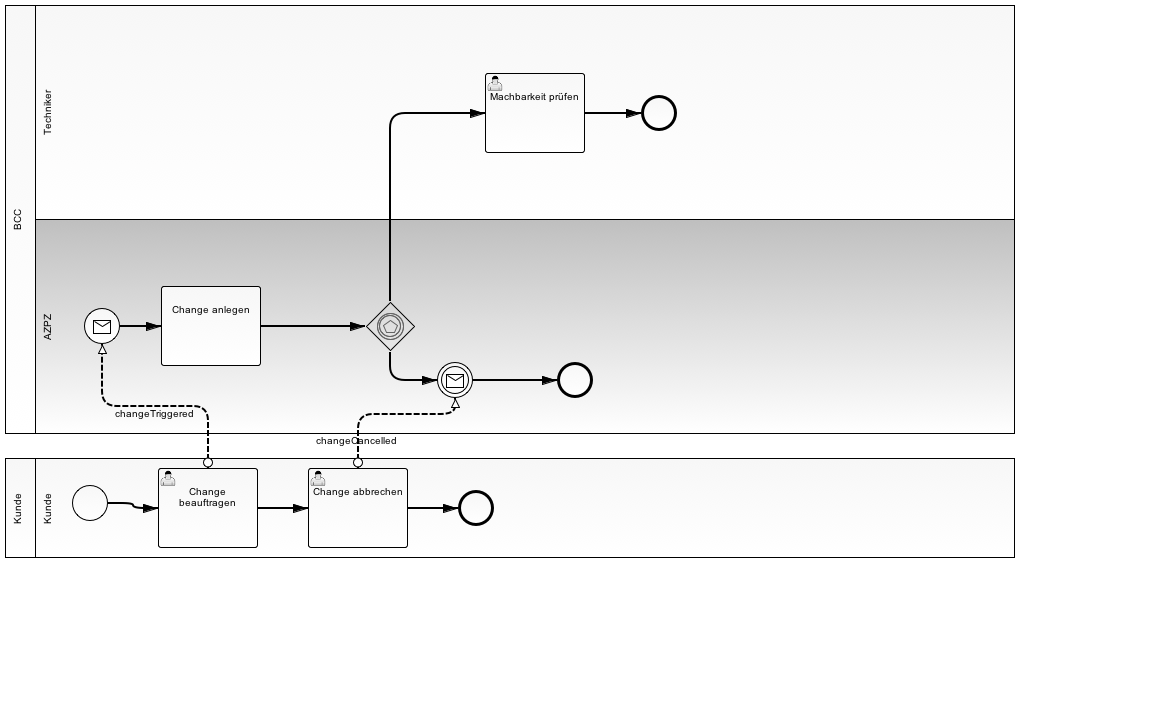
gheddie/bpmn20_examples keeps this BPMN diagram as change-process/src/main/resources/ChangeProcess.png. Above is the earlier version. Its source is kept beside it as change-process/src/main/resources/ChangeProcess.bpmn. Ids are renumbered.
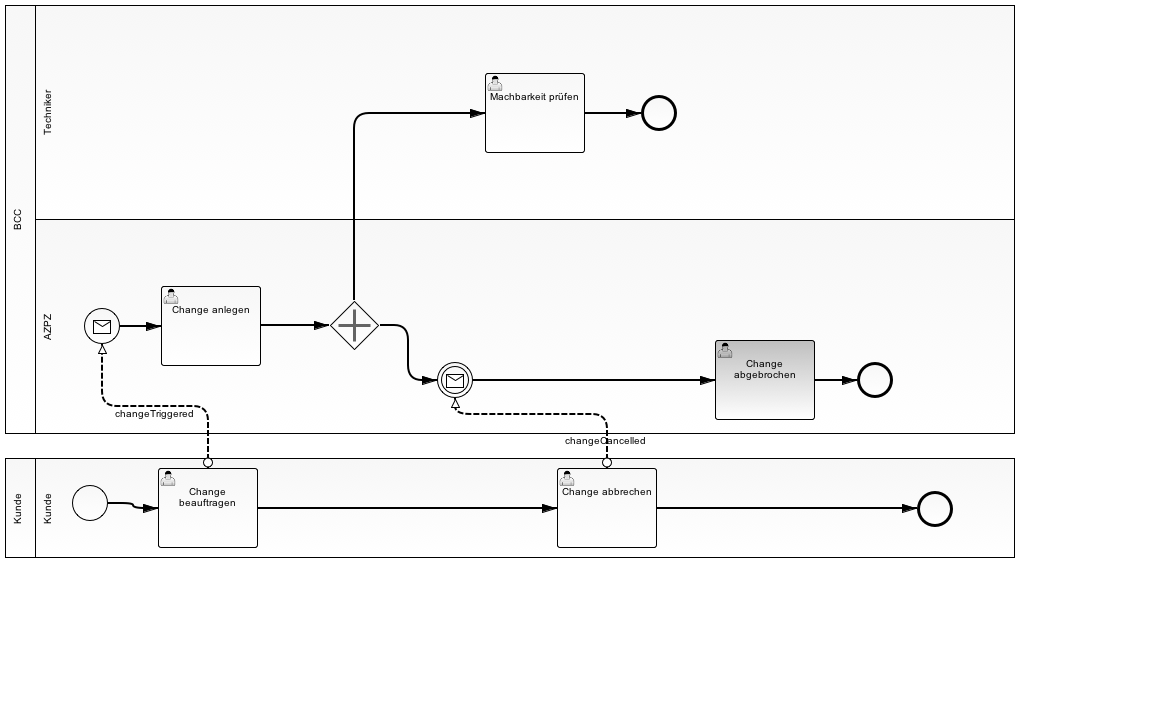
After the change.

Change to the diagram source:
```diff
@@ -1,4 +1,4 @@
-<bpmn2:definitions xmlns:xsi="http://www.w3.org/2001/XMLSchema-instance" xmlns:bpmn2="http://www.omg.org/spec/BPMN/20100524/MODEL" xmlns:bpmndi="http://www.omg.org/spec/BPMN/20100524/DI" xmlns:dc="http://www.omg.org/spec/DD/20100524/DC" xmlns:di="http://www.omg.org/spec/DD/20100524/DI" xsi:schemaLocation="http://www.omg.org/spec/BPMN/20100524/MODEL BPMN20.xsd" id="_So1zEHVZEeOqS5fwk-ZFLQ" targetNamespace="http://activiti.org/bpmn">
+<bpmn2:definitions xmlns:xsi="http://www.w3.org/2001/XMLSchema-instance" xmlns:bpmn2="http://www.omg.org/spec/BPMN/20100524/MODEL" xmlns:bpmndi="http://www.omg.org/spec/BPMN/20100524/DI" xmlns:camunda="http://activiti.org/bpmn" xmlns:dc="http://www.omg.org/spec/DD/20100524/DC" xmlns:di="http://www.omg.org/spec/DD/20100524/DI" xsi:schemaLocation="http://www.omg.org/spec/BPMN/20100524/MODEL BPMN20.xsd" id="_So1zEHVZEeOqS5fwk-ZFLQ" targetNamespace="http://activiti.org/bpmn">
   <bpmn2:collaboration id="_Collaboration_3">
     <bpmn2:participant id="_Participant_3" name="BCC" processRef="changeFirmProcess"/>
     <bpmn2:participant id="Participant_1" name="Kunde" processRef="changeCustomerProcess"/>
@@ -13,10 +13,11 @@
       </bpmn2:lane>
       <bpmn2:lane id="Lane_3" name="AZPZ">
         <bpmn2:flowNodeRef>StartEvent_2</bpmn2:flowNodeRef>
-        <bpmn2:flowNodeRef>EndEvent_2</bpmn2:flowNodeRef>
         <bpmn2:flowNodeRef>IntermediateCatchEvent_1</bpmn2:flowNodeRef>
-        <bpmn2:flowNodeRef>EventBasedGateway_1</bpmn2:flowNodeRef>
         <bpmn2:flowNodeRef>Task_1</bpmn2:flowNodeRef>
+        <bpmn2:flowNodeRef>ParallelGateway_1</bpmn2:flowNodeRef>
+        <bpmn2:flowNodeRef>UserTask_4</bpmn2:flowNodeRef>
+        <bpmn2:flowNodeRef>EndEvent_4</bpmn2:flowNodeRef>
       </bpmn2:lane>
     </bpmn2:laneSet>
     <bpmn2:startEvent id="StartEvent_2">
@@ -27,32 +28,37 @@
     <bpmn2:endEvent id="EndEvent_3">
       <bpmn2:incoming>SequenceFlow_8</bpmn2:incoming>
     </bpmn2:endEvent>
-    <bpmn2:userTask id="UserTask_3" name="Machbarkeit prüfen">
-      <bpmn2:incoming>SequenceFlow_6</bpmn2:incoming>
+    <bpmn2:userTask id="UserTask_3" camunda:candidateGroups="technicalSupport" name="Machbarkeit prüfen">
+      <bpmn2:incoming>SequenceFlow_10</bpmn2:incoming>
       <bpmn2:outgoing>SequenceFlow_8</bpmn2:outgoing>
     </bpmn2:userTask>
     <bpmn2:sequenceFlow id="SequenceFlow_8" name="" sourceRef="UserTask_3" targetRef="EndEvent_3"/>
-    <bpmn2:endEvent id="EndEvent_2">
-      <bpmn2:incoming>SequenceFlow_7</bpmn2:incoming>
-    </bpmn2:endEvent>
     <bpmn2:intermediateCatchEvent id="IntermediateCatchEvent_1">
-      <bpmn2:incoming>SequenceFlow_3</bpmn2:incoming>
-      <bpmn2:outgoing>SequenceFlow_7</bpmn2:outgoing>
+      <bpmn2:incoming>SequenceFlow_11</bpmn2:incoming>
+      <bpmn2:outgoing>SequenceFlow_16</bpmn2:outgoing>
       <bpmn2:messageEventDefinition id="_MessageEventDefinition_3" messageRef="changeCancelled_id"/>
     </bpmn2:intermediateCatchEvent>
-    <bpmn2:sequenceFlow id="SequenceFlow_7" name="" sourceRef="IntermediateCatchEvent_1" targetRef="EndEvent_2"/>
-    <bpmn2:eventBasedGateway id="EventBasedGateway_1">
-      <bpmn2:incoming>SequenceFlow_9</bpmn2:incoming>
-      <bpmn2:outgoing>SequenceFlow_3</bpmn2:outgoing>
-      <bpmn2:outgoing>SequenceFlow_6</bpmn2:outgoing>
-    </bpmn2:eventBasedGateway>
-    <bpmn2:sequenceFlow id="SequenceFlow_3" name="" sourceRef="EventBasedGateway_1" targetRef="IntermediateCatchEvent_1"/>
-    <bpmn2:sequenceFlow id="SequenceFlow_6" name="" sourceRef="EventBasedGateway_1" targetRef="UserTask_3"/>
-    <bpmn2:task id="Task_1" name="Change anlegen">
+    <bpmn2:userTask id="Task_1" camunda:candidateGroups="customerService" name="Change anlegen">
       <bpmn2:incoming>SequenceFlow_2</bpmn2:incoming>
       <bpmn2:outgoing>SequenceFlow_9</bpmn2:outgoing>
-    </bpmn2:task>
-    <bpmn2:sequenceFlow id="SequenceFlow_9" name="" sourceRef="Task_1" targetRef="EventBasedGateway_1"/>
+    </bpmn2:userTask>
+    <bpmn2:sequenceFlow id="SequenceFlow_9" name="" sourceRef="Task_1" targetRef="ParallelGateway_1"/>
+    <bpmn2:parallelGateway id="ParallelGateway_1">
+      <bpmn2:incoming>SequenceFlow_9</bpmn2:incoming>
+      <bpmn2:outgoing>SequenceFlow_10</bpmn2:outgoing>
+      <bpmn2:outgoing>SequenceFlow_11</bpmn2:outgoing>
+    </bpmn2:parallelGateway>
+    <bpmn2:sequenceFlow id="SequenceFlow_10" name="" sourceRef="ParallelGateway_1" targetRef="UserTask_3"/>
+    <bpmn2:sequenceFlow id="SequenceFlow_11" name="" sourceRef="ParallelGateway_1" targetRef="IntermediateCatchEvent_1"/>
+    <bpmn2:sequenceFlow id="SequenceFlow_16" name="" sourceRef="IntermediateCatchEvent_1" targetRef="UserTask_4"/>
+    <bpmn2:userTask id="UserTask_4" camunda:candidateGroups="customerService" name="Change abgebrochen">
+      <bpmn2:incoming>SequenceFlow_16</bpmn2:incoming>
+      <bpmn2:outgoing>SequenceFlow_18</bpmn2:outgoing>
+    </bpmn2:userTask>
+    <bpmn2:endEvent id="EndEvent_4">
+      <bpmn2:incoming>SequenceFlow_18</bpmn2:incoming>
+    </bpmn2:endEvent>
+    <bpmn2:sequenceFlow id="SequenceFlow_18" name="" sourceRef="UserTask_4" targetRef="EndEvent_4"/>
   </bpmn2:process>
   <bpmn2:process id="changeCustomerProcess" name="Change customer process" isExecutable="true">
     <bpmn2:laneSet id="LaneSet_1" name="Lane Set 1">
@@ -66,20 +72,26 @@
     <bpmn2:startEvent id="StartEvent_1">
       <bpmn2:outgoing>SequenceFlow_1</bpmn2:outgoing>
     </bpmn2:startEvent>
-    <bpmn2:userTask id="UserTask_1" name="Change beauftragen">
+    <bpmn2:userTask id="UserTask_1" camunda:candidateGroups="customer" name="Change beauftragen">
+      <bpmn2:extensionElements>
+        <camunda:executionListener class="de.gravitex.bpmn.delegate.TriggerChangeDelegate" event="end"/>
+      </bpmn2:extensionElements>
       <bpmn2:incoming>SequenceFlow_1</bpmn2:incoming>
       <bpmn2:outgoing>SequenceFlow_4</bpmn2:outgoing>
     </bpmn2:userTask>
     <bpmn2:sequenceFlow id="SequenceFlow_1" name="" sourceRef="StartEvent_1" targetRef="UserTask_1"/>
-    <bpmn2:userTask id="UserTask_2" name="Change abbrechen">
+    <bpmn2:sequenceFlow id="SequenceFlow_4" name="" sourceRef="UserTask_1" targetRef="UserTask_2"/>
+    <bpmn2:userTask id="UserTask_2" camunda:candidateGroups="customer" name="Change abbrechen">
+      <bpmn2:extensionElements>
+        <camunda:executionListener class="de.gravitex.bpmn.delegate.CancelChangeDelegate" event="end"/>
+      </bpmn2:extensionElements>
       <bpmn2:incoming>SequenceFlow_4</bpmn2:incoming>
       <bpmn2:outgoing>SequenceFlow_5</bpmn2:outgoing>
     </bpmn2:userTask>
-    <bpmn2:sequenceFlow id="SequenceFlow_4" name="" sourceRef="UserTask_1" targetRef="UserTask_2"/>
+    <bpmn2:sequenceFlow id="SequenceFlow_5" name="" sourceRef="UserTask_2" targetRef="EndEvent_1"/>
     <bpmn2:endEvent id="EndEvent_1">
       <bpmn2:incoming>SequenceFlow_5</bpmn2:incoming>
     </bpmn2:endEvent>
-    <bpmn2:sequenceFlow id="SequenceFlow_5" name="" sourceRef="UserTask_2" targetRef="EndEvent_1"/>
   </bpmn2:process>
   <bpmn2:message id="changeTriggered_id" name="changeTriggered"/>
   <bpmn2:message id="changeCancelled_id" name="changeCancelled"/>
@@ -121,12 +133,6 @@
         <di:waypoint xsi:type="dc:Point" x="97.0" y="401.0"/>
         <di:waypoint xsi:type="dc:Point" x="97.0" y="339.0"/>
       </bpmndi:BPMNEdge>
-      <bpmndi:BPMNShape id="_BPMNShape_EventBasedGateway_2" bpmnElement="EventBasedGateway_1">
-        <dc:Bounds height="50.0" width="50.0" x="360.0" y="296.0"/>
-        <bpmndi:BPMNLabel>
-          <dc:Bounds height="0.0" width="0.0" x="385.0" y="351.0"/>
-        </bpmndi:BPMNLabel>
-      </bpmndi:BPMNShape>
       <bpmndi:BPMNEdge id="BPMNEdge_SequenceFlow_2" bpmnElement="SequenceFlow_2" sourceElement="_BPMNShape_StartEvent_6" targetElement="_BPMNShape_Task_2">
         <di:waypoint xsi:type="dc:Point" x="115.0" y="321.0"/>
         <di:waypoint xsi:type="dc:Point" x="156.0" y="321.0"/>
@@ -140,53 +146,32 @@
           <dc:Bounds height="0.0" width="0.0" x="450.0" y="398.0"/>
         </bpmndi:BPMNLabel>
       </bpmndi:BPMNShape>
-      <bpmndi:BPMNEdge id="BPMNEdge_SequenceFlow_3" bpmnElement="SequenceFlow_3" sourceElement="_BPMNShape_EventBasedGateway_2" targetElement="_BPMNShape_IntermediateCatchEvent_2">
-        <di:waypoint xsi:type="dc:Point" x="385.0" y="346.0"/>
-        <di:waypoint xsi:type="dc:Point" x="385.0" y="375.0"/>
-        <di:waypoint xsi:type="dc:Point" x="432.0" y="375.0"/>
-        <bpmndi:BPMNLabel>
-          <dc:Bounds height="6.0" width="6.0" x="382.0" y="371.0"/>
-        </bpmndi:BPMNLabel>
-      </bpmndi:BPMNEdge>
       <bpmndi:BPMNShape id="_BPMNShape_UserTask_10" bpmnElement="UserTask_2">
-        <dc:Bounds height="80.0" width="100.0" x="303.0" y="463.0"/>
+        <dc:Bounds height="80.0" width="100.0" x="552.0" y="463.0"/>
       </bpmndi:BPMNShape>
       <bpmndi:BPMNEdge id="BPMNEdge_SequenceFlow_4" bpmnElement="SequenceFlow_4" sourceElement="_BPMNShape_UserTask_9" targetElement="_BPMNShape_UserTask_10">
         <di:waypoint xsi:type="dc:Point" x="253.0" y="503.0"/>
-        <di:waypoint xsi:type="dc:Point" x="303.0" y="503.0"/>
+        <di:waypoint xsi:type="dc:Point" x="552.0" y="503.0"/>
+        <bpmndi:BPMNLabel>
+          <dc:Bounds height="6.0" width="6.0" x="275.0" y="503.0"/>
+        </bpmndi:BPMNLabel>
       </bpmndi:BPMNEdge>
       <bpmndi:BPMNShape id="_BPMNShape_EndEvent_5" bpmnElement="EndEvent_1">
-        <dc:Bounds height="36.0" width="36.0" x="453.0" y="485.0"/>
+        <dc:Bounds height="36.0" width="36.0" x="912.0" y="486.0"/>
+        <bpmndi:BPMNLabel>
+          <dc:Bounds height="0.0" width="0.0" x="930.0" y="527.0"/>
+        </bpmndi:BPMNLabel>
       </bpmndi:BPMNShape>
       <bpmndi:BPMNEdge id="BPMNEdge_SequenceFlow_5" bpmnElement="SequenceFlow_5" sourceElement="_BPMNShape_UserTask_10" targetElement="_BPMNShape_EndEvent_5">
-        <di:waypoint xsi:type="dc:Point" x="403.0" y="503.0"/>
-        <di:waypoint xsi:type="dc:Point" x="453.0" y="503.0"/>
+        <di:waypoint xsi:type="dc:Point" x="652.0" y="503.0"/>
+        <di:waypoint xsi:type="dc:Point" x="912.0" y="504.0"/>
+        <bpmndi:BPMNLabel>
+          <dc:Bounds height="6.0" width="6.0" x="674.0" y="503.0"/>
+        </bpmndi:BPMNLabel>
       </bpmndi:BPMNEdge>
       <bpmndi:BPMNShape id="_BPMNShape_UserTask_11" bpmnElement="UserTask_3">
         <dc:Bounds height="80.0" width="100.0" x="480.0" y="68.0"/>
       </bpmndi:BPMNShape>
-      <bpmndi:BPMNEdge id="BPMNEdge_SequenceFlow_6" bpmnElement="SequenceFlow_6" sourceElement="_BPMNShape_EventBasedGateway_2" targetElement="_BPMNShape_UserTask_11">
-        <di:waypoint xsi:type="dc:Point" x="385.0" y="296.0"/>
-        <di:waypoint xsi:type="dc:Point" x="385.0" y="177.0"/>
-        <di:waypoint xsi:type="dc:Point" x="385.0" y="108.0"/>
-        <di:waypoint xsi:type="dc:Point" x="480.0" y="108.0"/>
-        <bpmndi:BPMNLabel>
-          <dc:Bounds height="6.0" width="6.0" x="382.0" y="242.0"/>
-        </bpmndi:BPMNLabel>
-      </bpmndi:BPMNEdge>
-      <bpmndi:BPMNShape id="_BPMNShape_EndEvent_6" bpmnElement="EndEvent_2">
-        <dc:Bounds height="36.0" width="36.0" x="552.0" y="357.0"/>
-        <bpmndi:BPMNLabel>
-          <dc:Bounds height="0.0" width="0.0" x="570.0" y="398.0"/>
-        </bpmndi:BPMNLabel>
-      </bpmndi:BPMNShape>
-      <bpmndi:BPMNEdge id="BPMNEdge_SequenceFlow_7" bpmnElement="SequenceFlow_7" sourceElement="_BPMNShape_IntermediateCatchEvent_2" targetElement="_BPMNShape_EndEvent_6">
-        <di:waypoint xsi:type="dc:Point" x="468.0" y="375.0"/>
-        <di:waypoint xsi:type="dc:Point" x="552.0" y="375.0"/>
-        <bpmndi:BPMNLabel>
-          <dc:Bounds height="6.0" width="6.0" x="490.0" y="375.0"/>
-        </bpmndi:BPMNLabel>
-      </bpmndi:BPMNEdge>
       <bpmndi:BPMNShape id="_BPMNShape_EndEvent_7" bpmnElement="EndEvent_3">
         <dc:Bounds height="36.0" width="36.0" x="636.0" y="90.0"/>
         <bpmndi:BPMNLabel>
@@ -201,20 +186,60 @@
         </bpmndi:BPMNLabel>
       </bpmndi:BPMNEdge>
       <bpmndi:BPMNEdge id="BPMNEdge_MessageFlow_2" bpmnElement="MessageFlow_2" sourceElement="_BPMNShape_UserTask_10" targetElement="_BPMNShape_IntermediateCatchEvent_2">
-        <di:waypoint xsi:type="dc:Point" x="353.0" y="463.0"/>
-        <di:waypoint xsi:type="dc:Point" x="353.0" y="409.0"/>
+        <di:waypoint xsi:type="dc:Point" x="602.0" y="463.0"/>
+        <di:waypoint xsi:type="dc:Point" x="602.0" y="409.0"/>
         <di:waypoint xsi:type="dc:Point" x="450.0" y="409.0"/>
         <di:waypoint xsi:type="dc:Point" x="450.0" y="393.0"/>
         <bpmndi:BPMNLabel>
-          <dc:Bounds height="17.0" width="87.0" x="309.0" y="428.0"/>
+          <dc:Bounds height="17.0" width="87.0" x="558.0" y="428.0"/>
         </bpmndi:BPMNLabel>
       </bpmndi:BPMNEdge>
       <bpmndi:BPMNShape id="_BPMNShape_Task_2" bpmnElement="Task_1">
         <dc:Bounds height="80.0" width="100.0" x="156.0" y="281.0"/>
       </bpmndi:BPMNShape>
-      <bpmndi:BPMNEdge id="BPMNEdge_SequenceFlow_9" bpmnElement="SequenceFlow_9" sourceElement="_BPMNShape_Task_2" targetElement="_BPMNShape_EventBasedGateway_2">
+      <bpmndi:BPMNEdge id="BPMNEdge_SequenceFlow_9" bpmnElement="SequenceFlow_9" sourceElement="_BPMNShape_Task_2" targetElement="_BPMNShape_ParallelGateway_2">
         <di:waypoint xsi:type="dc:Point" x="256.0" y="321.0"/>
-        <di:waypoint xsi:type="dc:Point" x="360.0" y="321.0"/>
+        <di:waypoint xsi:type="dc:Point" x="324.0" y="320.0"/>
+        <bpmndi:BPMNLabel>
+          <dc:Bounds height="6.0" width="6.0" x="305.0" y="320.0"/>
+        </bpmndi:BPMNLabel>
+      </bpmndi:BPMNEdge>
+      <bpmndi:BPMNShape id="_BPMNShape_ParallelGateway_2" bpmnElement="ParallelGateway_1">
+        <dc:Bounds height="50.0" width="50.0" x="324.0" y="295.0"/>
+        <bpmndi:BPMNLabel>
+          <dc:Bounds height="0.0" width="0.0" x="349.0" y="350.0"/>
+        </bpmndi:BPMNLabel>
+      </bpmndi:BPMNShape>
+      <bpmndi:BPMNEdge id="BPMNEdge_SequenceFlow_10" bpmnElement="SequenceFlow_10" sourceElement="_BPMNShape_ParallelGateway_2" targetElement="_BPMNShape_UserTask_11">
+        <di:waypoint xsi:type="dc:Point" x="349.0" y="295.0"/>
+        <di:waypoint xsi:type="dc:Point" x="349.0" y="108.0"/>
+        <di:waypoint xsi:type="dc:Point" x="480.0" y="108.0"/>
+      </bpmndi:BPMNEdge>
+      <bpmndi:BPMNEdge id="BPMNEdge_SequenceFlow_11" bpmnElement="SequenceFlow_11" sourceElement="_BPMNShape_ParallelGateway_2" targetElement="_BPMNShape_IntermediateCatchEvent_2">
+        <di:waypoint xsi:type="dc:Point" x="374.0" y="320.0"/>
+        <di:waypoint xsi:type="dc:Point" x="403.0" y="320.0"/>
+        <di:waypoint xsi:type="dc:Point" x="403.0" y="375.0"/>
+        <di:waypoint xsi:type="dc:Point" x="432.0" y="375.0"/>
+      </bpmndi:BPMNEdge>
+      <bpmndi:BPMNShape id="_BPMNShape_UserTask_16" bpmnElement="UserTask_4">
+        <dc:Bounds height="80.0" width="100.0" x="710.0" y="335.0"/>
+      </bpmndi:BPMNShape>
+      <bpmndi:BPMNEdge id="BPMNEdge_SequenceFlow_16" bpmnElement="SequenceFlow_16" sourceElement="_BPMNShape_IntermediateCatchEvent_2" targetElement="_BPMNShape_UserTask_16">
+        <di:waypoint xsi:type="dc:Point" x="468.0" y="375.0"/>
+        <di:waypoint xsi:type="dc:Point" x="710.0" y="375.0"/>
+        <bpmndi:BPMNLabel>
+          <dc:Bounds height="6.0" width="6.0" x="492.0" y="375.0"/>
+        </bpmndi:BPMNLabel>
+      </bpmndi:BPMNEdge>
+      <bpmndi:BPMNShape id="_BPMNShape_EndEvent_11" bpmnElement="EndEvent_4">
+        <dc:Bounds height="36.0" width="36.0" x="852.0" y="357.0"/>
+        <bpmndi:BPMNLabel>
+          <dc:Bounds height="0.0" width="0.0" x="870.0" y="398.0"/>
+        </bpmndi:BPMNLabel>
+      </bpmndi:BPMNShape>
+      <bpmndi:BPMNEdge id="BPMNEdge_SequenceFlow_18" bpmnElement="SequenceFlow_18" sourceElement="_BPMNShape_UserTask_16" targetElement="_BPMNShape_EndEvent_11">
+        <di:waypoint xsi:type="dc:Point" x="810.0" y="375.0"/>
+        <di:waypoint xsi:type="dc:Point" x="852.0" y="375.0"/>
       </bpmndi:BPMNEdge>
     </bpmndi:BPMNPlane>
   </bpmndi:BPMNDiagram>
```
